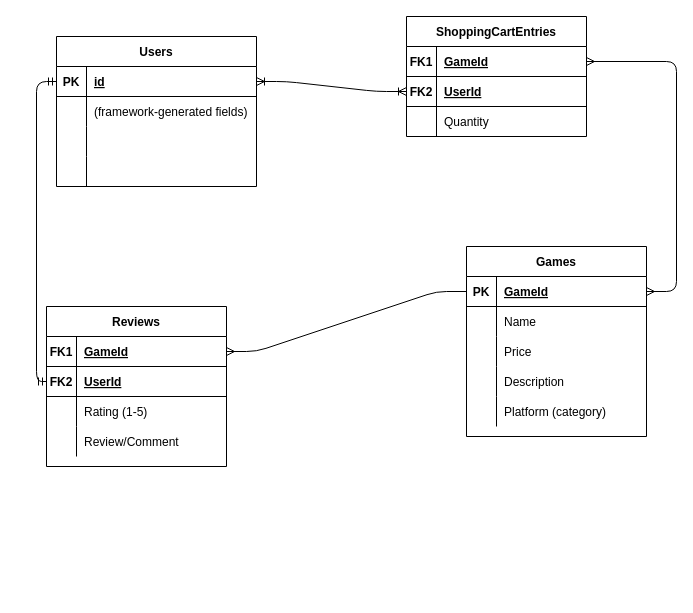
The draw.io diagram eCommerce ERD.drawio in dylanbram354/ECommerceBackend, before the edit. Source tidied: cells renumbered, new cells numbered last; positions are measured from the earlier drawing's top-left corner, leaving out a move shared by most shapes. Both pictures are drawn from the tidied source at 100%, with x=0, y=0 at pixel (46, 16).
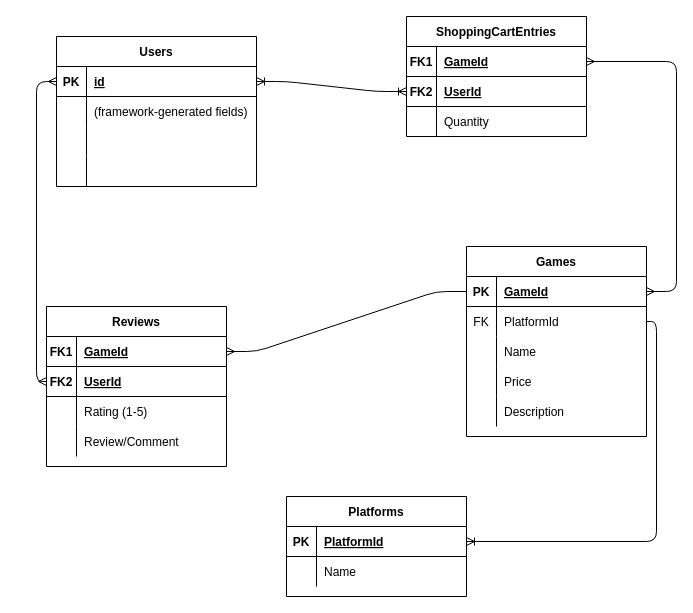
The same diagram, later.

The change refers to these unchanged cells:
```xml
<mxCell id="3" style="shape=partialRectangle;fillColor=none;top=0;left=0;bottom=1;right=0;points=[[0,0.5],[1,0.5]];portConstraint=eastwest;" parent="2" vertex="1">
  <mxGeometry y="30" width="200" height="30" as="geometry" />
</mxCell>
<mxCell id="15" value="Games" style="shape=table;startSize=30;childLayout=tableLayout;rowLines=0;fontStyle=1;align=center;" parent="1" vertex="1">
  <mxGeometry x="420" y="230" width="180" height="190" as="geometry" />
</mxCell>
<mxCell id="45" style="shape=partialRectangle;fillColor=none;top=0;left=0;bottom=1;right=0;points=[[0,0.5],[1,0.5]];portConstraint=eastwest;" parent="41" vertex="1">
  <mxGeometry y="60" width="180" height="30" as="geometry" />
</mxCell>
```

Change to the diagram source:
```diff
@@
+    <mxCell id="59" style="shape=partialRectangle;fillColor=none;top=0;left=0;bottom=0;right=0;points=[[0,0.5],[1,0.5]];portConstraint=eastwest;" parent="15" vertex="1">
+      <mxGeometry y="60" width="180" height="30" as="geometry" />
+    </mxCell>
+    <mxCell id="60" value="FK" style="shape=partialRectangle;fillColor=none;top=0;left=0;bottom=0;right=0;fontStyle=0;overflow=hidden;" parent="59" vertex="1">
+      <mxGeometry width="30" height="30" as="geometry" />
+    </mxCell>
+    <mxCell id="61" value="PlatformId" style="shape=partialRectangle;fillColor=none;top=0;left=0;bottom=0;right=0;align=left;spacingLeft=6;fontStyle=0;overflow=hidden;" parent="59" vertex="1">
+      <mxGeometry x="30" width="150" height="30" as="geometry" />
+    </mxCell>
     <mxCell id="19" style="shape=partialRectangle;fillColor=none;top=0;left=0;bottom=0;right=0;" parent="15" vertex="1">
-      <mxGeometry y="60" width="180" height="30" as="geometry" />
+      <mxGeometry y="90" width="180" height="30" as="geometry" />
     </mxCell>
@@
     <mxCell id="22" style="shape=partialRectangle;fillColor=none;top=0;left=0;bottom=0;right=0;" parent="15" vertex="1">
-      <mxGeometry y="90" width="180" height="30" as="geometry" />
+      <mxGeometry y="120" width="180" height="30" as="geometry" />
     </mxCell>
@@
     <mxCell id="25" style="shape=partialRectangle;fillColor=none;top=0;left=0;bottom=0;right=0;" parent="15" vertex="1">
-      <mxGeometry y="120" width="180" height="30" as="geometry" />
+      <mxGeometry y="150" width="180" height="30" as="geometry" />
     </mxCell>
@@
-    <mxCell id="28" style="shape=partialRectangle;fillColor=none;top=0;left=0;bottom=0;right=0;" parent="15" vertex="1">
-      <mxGeometry y="150" width="180" height="30" as="geometry" />
-    </mxCell>
-    <mxCell id="29" style="shape=partialRectangle;fillColor=none;top=0;left=0;bottom=0;right=0;overflow=hidden;" parent="28" vertex="1">
-      <mxGeometry width="30" height="30" as="geometry" />
-    </mxCell>
-    <mxCell id="30" value="Platform (category)" style="shape=partialRectangle;fillColor=none;top=0;left=0;bottom=0;right=0;align=left;spacingLeft=6;overflow=hidden;" parent="28" vertex="1">
-      <mxGeometry x="30" width="150" height="30" as="geometry" />
-    </mxCell>
@@
+    <mxCell id="62" value="Platforms" style="shape=table;startSize=30;childLayout=tableLayout;rowLines=0;fontStyle=1;align=center;" parent="1" vertex="1">
+      <mxGeometry x="240" y="480" width="180" height="100" as="geometry" />
+    </mxCell>
+    <mxCell id="63" style="shape=partialRectangle;fillColor=none;top=0;left=0;bottom=1;right=0;points=[[0,0.5],[1,0.5]];portConstraint=eastwest;" parent="62" vertex="1">
+      <mxGeometry y="30" width="180" height="30" as="geometry" />
+    </mxCell>
+    <mxCell id="64" value="PK" style="shape=partialRectangle;fillColor=none;top=0;left=0;bottom=0;right=0;fontStyle=1;overflow=hidden;" parent="63" vertex="1">
+      <mxGeometry width="30" height="30" as="geometry" />
+    </mxCell>
+    <mxCell id="65" value="PlatformId" style="shape=partialRectangle;fillColor=none;top=0;left=0;bottom=0;right=0;align=left;spacingLeft=6;fontStyle=5;overflow=hidden;" parent="63" vertex="1">
+      <mxGeometry x="30" width="150" height="30" as="geometry" />
+    </mxCell>
+    <mxCell id="66" style="shape=partialRectangle;fillColor=none;top=0;left=0;bottom=0;right=0;" parent="62" vertex="1">
+      <mxGeometry y="60" width="180" height="30" as="geometry" />
+    </mxCell>
+    <mxCell id="29" style="shape=partialRectangle;fillColor=none;top=0;left=0;bottom=0;right=0;overflow=hidden;" parent="66" vertex="1">
+      <mxGeometry width="30" height="30" as="geometry" />
+    </mxCell>
+    <mxCell id="67" value="Name" style="shape=partialRectangle;fillColor=none;top=0;left=0;bottom=0;right=0;align=left;spacingLeft=6;overflow=hidden;" parent="66" vertex="1">
+      <mxGeometry x="30" width="150" height="30" as="geometry" />
+    </mxCell>
+    <mxCell id="68" style="edgeStyle=orthogonalEdgeStyle;fontSize=12;html=1;endArrow=ERoneToMany;entryX=1;entryY=0.5;entryDx=0;entryDy=0;exitX=1;exitY=0.5;exitDx=0;exitDy=0;" parent="1" edge="1" source="59" target="63">
+      <mxGeometry relative="1" as="geometry" />
+    </mxCell>
-    <mxCell id="58" style="edgeStyle=orthogonalEdgeStyle;fontSize=12;html=1;endArrow=ERmandOne;startArrow=ERmandOne;entryX=0;entryY=0.5;entryDx=0;entryDy=0;exitX=0;exitY=0.5;exitDx=0;exitDy=0;" parent="1" edge="1" source="3" target="45">
+    <mxCell id="58" style="edgeStyle=orthogonalEdgeStyle;fontSize=12;html=1;endArrow=ERmany;startArrow=ERmany;exitX=0;exitY=0.5;exitDx=0;exitDy=0;entryX=0;entryY=0.5;entryDx=0;entryDy=0;" parent="1" edge="1" source="3" target="45">
       <mxGeometry relative="1" as="geometry" />
     </mxCell>
```
